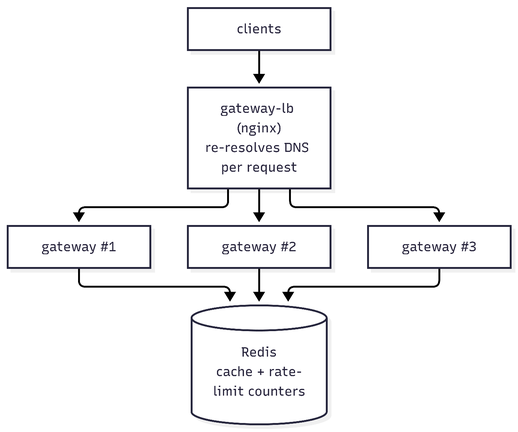
Above: report/figures/load-balancing.png in LoCh3f/orbital (Mermaid), before the change. Its source is kept beside it as report/figures/load-balancing.mmd.
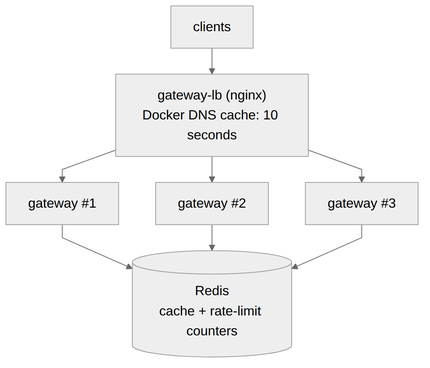
The same file after the commit.

The edit, as a diff of the source:
```diff
@@ -1,10 +1,10 @@
 graph TB
     Client["clients"]
-    LB["gateway-lb (nginx)\nre-resolves DNS per request"]
+    LB["gateway-lb (nginx)<br/>Docker DNS cache: 10 seconds"]
     G1["gateway #1"]
     G2["gateway #2"]
     G3["gateway #3"]
-    Redis[("Redis\ncache + rate-limit counters")]
+    Redis[("Redis<br/>cache + rate-limit counters")]
 
     Client --> LB
     LB --> G1
```
